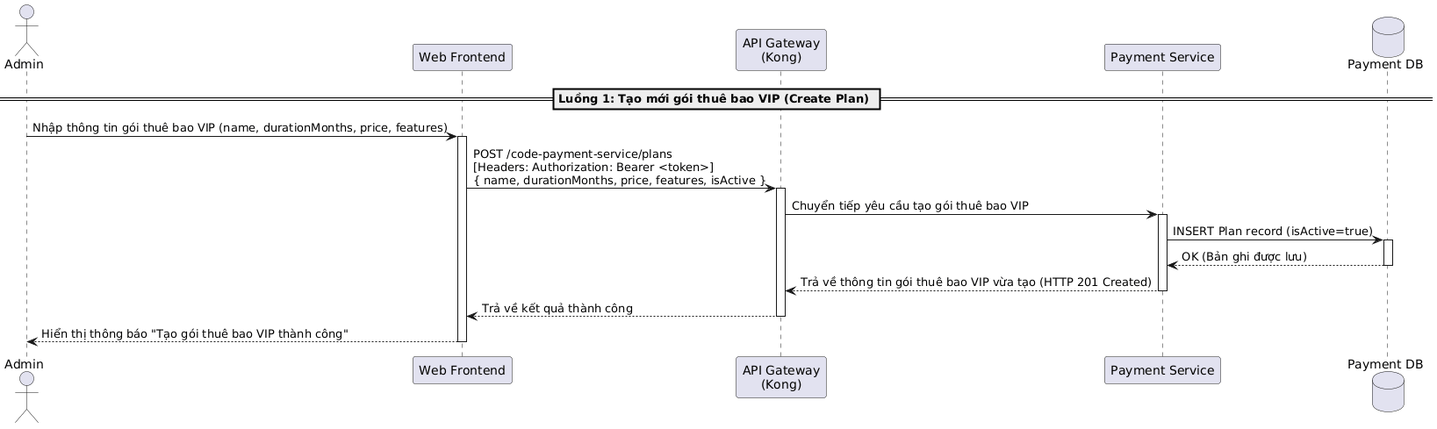
Above: latex/contents/Sequence/UML-Sequence-24.png in 20206205Tech/docs-latex (PlantUML), before the change.
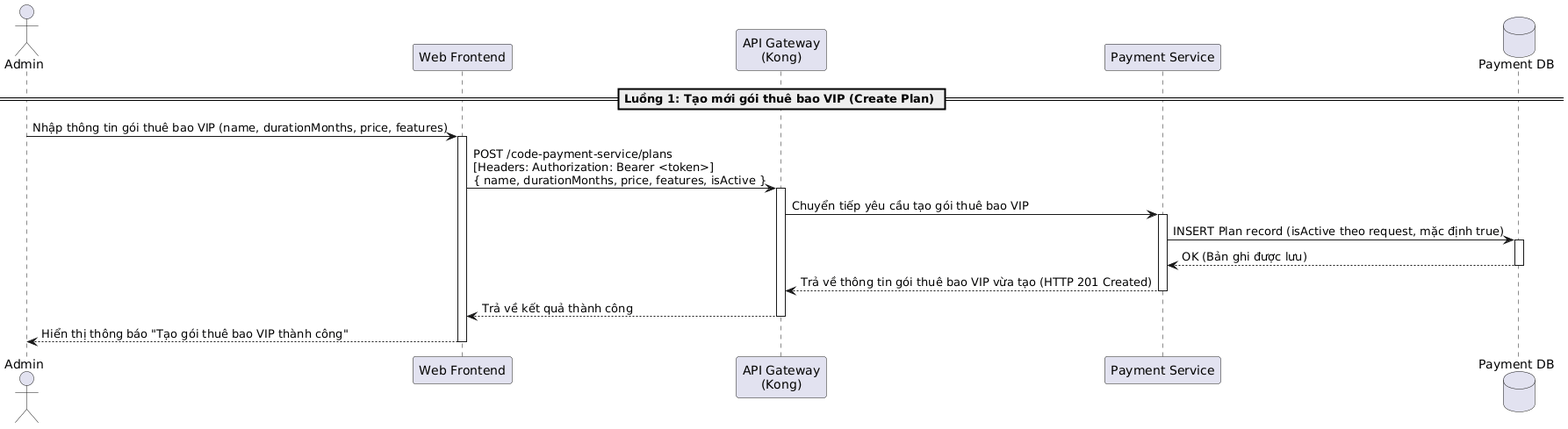
The same file after the commit.

What changed in the source:
```diff
@@ -13,7 +13,7 @@
 Kong -> PaymentService: Chuyển tiếp yêu cầu tạo gói thuê bao VIP
 activate PaymentService
 
-PaymentService -> DB: INSERT Plan record (isActive=true)
+PaymentService -> DB: INSERT Plan record (isActive theo request, mặc định true)
 activate DB
 DB --> PaymentService: OK (Bản ghi được lưu)
 deactivate DB
```
